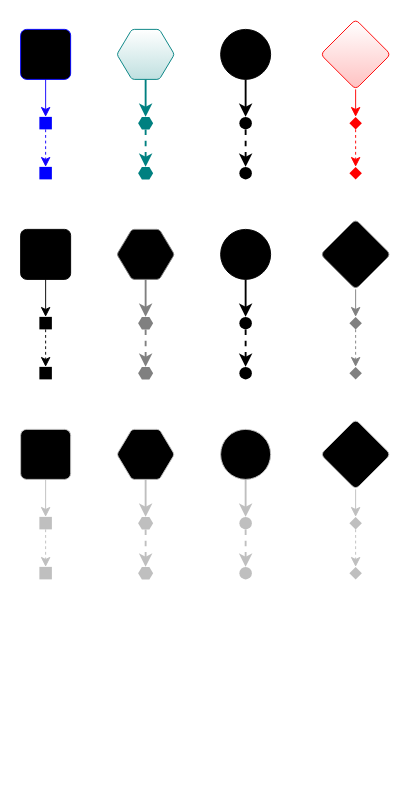
utwente-energy/cpesdiagram keeps this draw.io diagram as page "Page-1" (1 of 4) of drawio/CPESDiagram.drawio. Above is the earlier version. Source tidied: cells renumbered, new cells numbered last; positions are measured from the earlier drawing's top-left corner, leaving out a move shared by most shapes. Both pictures are drawn from the tidied source at 125%, with x=0, y=0 at pixel (20, 19).
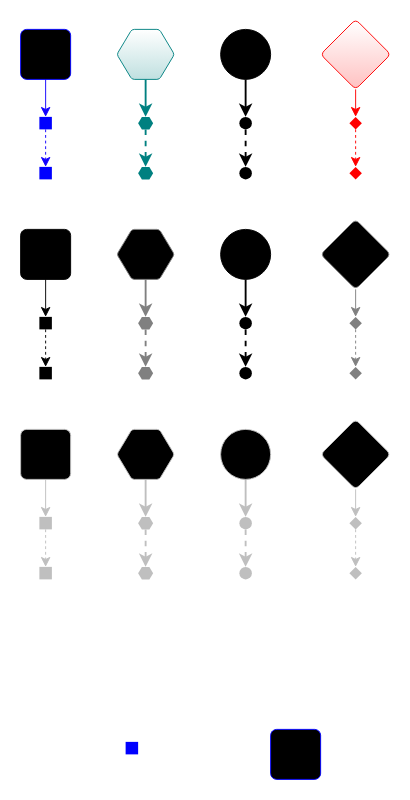
Above is the later version.

Commit message (it also covers changes not shown here):
Added unidirection ilink

What changed in the source:
```diff
@@
+    <mxCell id="62" style="whiteSpace=wrap;html=1;gradientColor=none;strokeColor=none;strokeWidth=1;rounded=0;imageWidth=24;imageHeight=24;arcSize=12;fillColor=light-dark(#0000ff, #ededed);align=center;verticalAlign=middle;fontFamily=Helvetica;fontSize=12;fontColor=default;" parent="1" vertex="1">
+      <mxGeometry x="84" y="578" width="10" height="10" as="geometry" />
+    </mxCell>
+    <mxCell id="63" style="whiteSpace=wrap;html=1;gradientColor=light-dark(#c0c0ff, #3b3f72);strokeColor=light-dark(#0000FF,#EDEDED);strokeWidth=0.75;rounded=1;imageWidth=24;imageHeight=24;arcSize=12;align=center;verticalAlign=middle;fontFamily=Helvetica;fontSize=12;fontColor=default;" parent="1" vertex="1">
+      <mxGeometry x="200" y="568" width="40" height="40" as="geometry" />
+    </mxCell>
```
